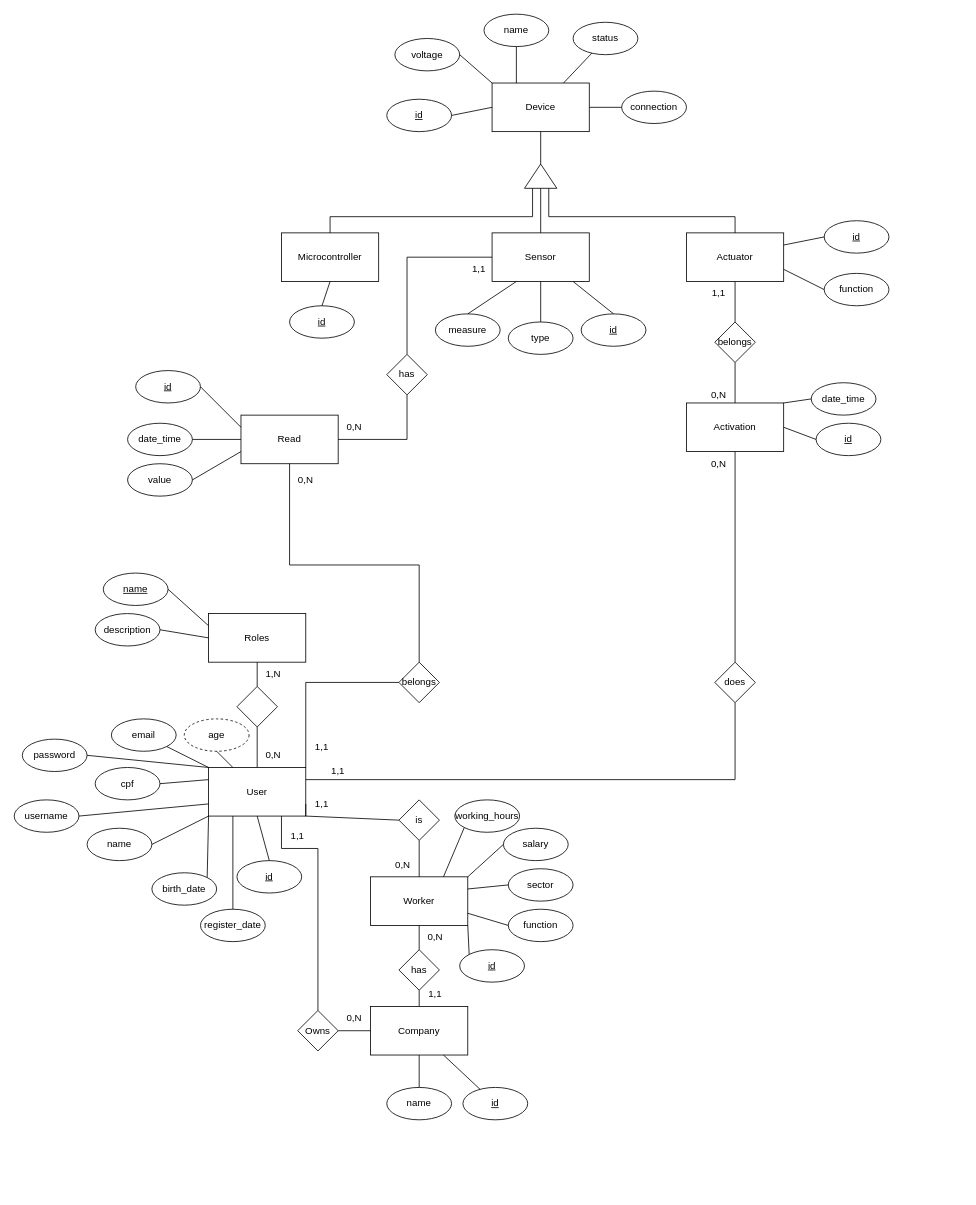
Above: ModelagemBD-MM.drawio in Mutznch/MarcosManagements (draw.io), before the change. Source tidied: cells renumbered, new cells numbered last; positions are measured from the earlier drawing's top-left corner, leaving out a move shared by most shapes. Both pictures are drawn from the tidied source at 81%, with x=0, y=0 at pixel (14, 14).
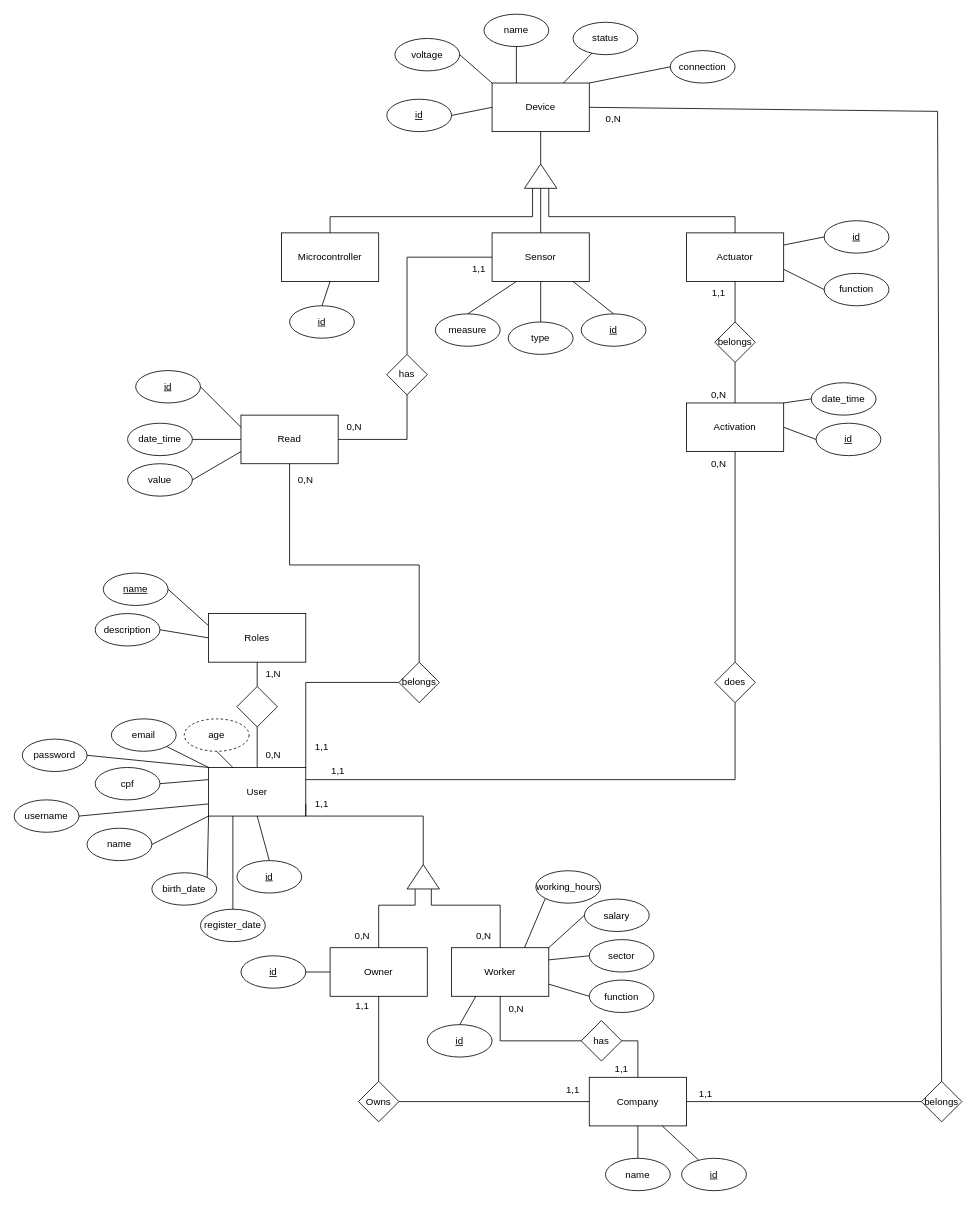
The same diagram, later.

The change refers to these unchanged cells:
```xml
<mxCell id="2" value="User" style="rounded=0;whiteSpace=wrap;html=1;" parent="1" vertex="1">
  <mxGeometry x="240" y="930" width="120" height="60" as="geometry" />
</mxCell>
<mxCell id="57" value="Device" style="rounded=0;whiteSpace=wrap;html=1;" parent="1" vertex="1">
  <mxGeometry x="590" y="85" width="120" height="60" as="geometry" />
</mxCell>
```

Change to the diagram source:
```diff
@@
     <mxCell id="4" value="Company" style="rounded=0;whiteSpace=wrap;html=1;" parent="1" vertex="1">
-      <mxGeometry x="440" y="1225" width="120" height="60" as="geometry" />
+      <mxGeometry x="710" y="1312.5" width="120" height="60" as="geometry" />
     </mxCell>
@@
     <mxCell id="12" value="name" style="ellipse;whiteSpace=wrap;html=1;" parent="1" vertex="1">
-      <mxGeometry x="460" y="1325" width="80" height="40" as="geometry" />
+      <mxGeometry x="730" y="1412.5" width="80" height="40" as="geometry" />
     </mxCell>
@@
     <mxCell id="28" value="Worker" style="rounded=0;whiteSpace=wrap;html=1;" parent="1" vertex="1">
-      <mxGeometry x="440" y="1065" width="120" height="60" as="geometry" />
+      <mxGeometry x="540" y="1152.5" width="120" height="60" as="geometry" />
     </mxCell>
@@
     <mxCell id="33" value="function" style="ellipse;whiteSpace=wrap;html=1;" parent="1" vertex="1">
-      <mxGeometry x="610" y="1105" width="80" height="40" as="geometry" />
+      <mxGeometry x="710" y="1192.5" width="80" height="40" as="geometry" />
     </mxCell>
     <mxCell id="34" value="sector" style="ellipse;whiteSpace=wrap;html=1;" parent="1" vertex="1">
-      <mxGeometry x="610" y="1055" width="80" height="40" as="geometry" />
+      <mxGeometry x="710" y="1142.5" width="80" height="40" as="geometry" />
     </mxCell>
     <mxCell id="35" value="working_hours" style="ellipse;whiteSpace=wrap;html=1;" parent="1" vertex="1">
-      <mxGeometry x="544" y="970" width="80" height="40" as="geometry" />
+      <mxGeometry x="644" y="1057.5" width="80" height="40" as="geometry" />
     </mxCell>
@@
     <mxCell id="38" value="&lt;u&gt;id&lt;/u&gt;" style="ellipse;whiteSpace=wrap;html=1;" parent="1" vertex="1">
-      <mxGeometry x="554" y="1325" width="80" height="40" as="geometry" />
+      <mxGeometry x="824" y="1412.5" width="80" height="40" as="geometry" />
     </mxCell>
@@
     <mxCell id="40" value="&lt;u&gt;id&lt;/u&gt;" style="ellipse;whiteSpace=wrap;html=1;" parent="1" vertex="1">
-      <mxGeometry x="550" y="1155" width="80" height="40" as="geometry" />
+      <mxGeometry x="510" y="1247.5" width="80" height="40" as="geometry" />
     </mxCell>
     <mxCell id="41" value="salary" style="ellipse;whiteSpace=wrap;html=1;" parent="1" vertex="1">
-      <mxGeometry x="604" y="1005" width="80" height="40" as="geometry" />
+      <mxGeometry x="704" y="1092.5" width="80" height="40" as="geometry" />
     </mxCell>
     <mxCell id="42" value="has" style="rhombus;whiteSpace=wrap;html=1;" parent="1" vertex="1">
-      <mxGeometry x="475" y="1155" width="50" height="50" as="geometry" />
+      <mxGeometry x="700" y="1242.5" width="50" height="50" as="geometry" />
     </mxCell>
-    <mxCell id="43" style="endArrow=none;html=1;rounded=0;entryX=0.5;entryY=1;entryDx=0;entryDy=0;exitX=0.5;exitY=0;exitDx=0;exitDy=0;" parent="1" edge="1" source="42" target="28">
-      <mxGeometry relative="1" as="geometry" />
+    <mxCell id="43" style="endArrow=none;html=1;rounded=0;entryX=0.5;entryY=1;entryDx=0;entryDy=0;exitX=0;exitY=0.5;exitDx=0;exitDy=0;" parent="1" edge="1" source="42" target="28">
+      <mxGeometry relative="1" as="geometry">
+        <Array as="points">
+          <mxPoint x="600" y="1267.5" />
+        </Array>
+      </mxGeometry>
     </mxCell>
-    <mxCell id="44" style="endArrow=none;html=1;rounded=0;exitX=0.5;exitY=0;exitDx=0;exitDy=0;entryX=0.5;entryY=1;entryDx=0;entryDy=0;" parent="1" edge="1" source="4" target="42">
-      <mxGeometry relative="1" as="geometry" />
+    <mxCell id="44" style="endArrow=none;html=1;rounded=0;exitX=0.5;exitY=0;exitDx=0;exitDy=0;entryX=1;entryY=0.5;entryDx=0;entryDy=0;" parent="1" edge="1" source="4" target="42">
+      <mxGeometry relative="1" as="geometry">
+        <Array as="points">
+          <mxPoint x="770" y="1267.5" />
+        </Array>
+      </mxGeometry>
     </mxCell>
     <mxCell id="45" value="0,N" style="text;html=1;strokeColor=none;fillColor=none;align=center;verticalAlign=middle;whiteSpace=wrap;rounded=0;" parent="1" vertex="1">
-      <mxGeometry x="490" y="1125" width="60" height="30" as="geometry" />
+      <mxGeometry x="590" y="1212.5" width="60" height="30" as="geometry" />
     </mxCell>
     <mxCell id="46" value="1,1" style="text;html=1;strokeColor=none;fillColor=none;align=center;verticalAlign=middle;whiteSpace=wrap;rounded=0;" parent="1" vertex="1">
-      <mxGeometry x="490" y="1195" width="60" height="30" as="geometry" />
+      <mxGeometry x="720" y="1287.5" width="60" height="30" as="geometry" />
     </mxCell>
-    <mxCell id="47" value="is" style="rhombus;whiteSpace=wrap;html=1;" parent="1" vertex="1">
-      <mxGeometry x="475" y="970" width="50" height="50" as="geometry" />
-    </mxCell>
-    <mxCell id="48" style="endArrow=none;html=1;rounded=0;exitX=1;exitY=0.75;exitDx=0;exitDy=0;entryX=0;entryY=0.5;entryDx=0;entryDy=0;" parent="1" edge="1" source="2" target="47">
+    <mxCell id="48" style="endArrow=none;html=1;rounded=0;exitX=1;exitY=0.75;exitDx=0;exitDy=0;entryX=1;entryY=0.5;entryDx=0;entryDy=0;" parent="1" edge="1" source="2" target="131">
       <mxGeometry relative="1" as="geometry">
         <Array as="points">
           <mxPoint x="360" y="990" />
+          <mxPoint x="505" y="990" />
         </Array>
       </mxGeometry>
     </mxCell>
-    <mxCell id="49" style="endArrow=none;html=1;rounded=0;exitX=0.5;exitY=0;exitDx=0;exitDy=0;entryX=0.5;entryY=1;entryDx=0;entryDy=0;" parent="1" edge="1" source="28" target="47">
-      <mxGeometry relative="1" as="geometry" />
+    <mxCell id="49" style="endArrow=none;html=1;rounded=0;exitX=0.5;exitY=0;exitDx=0;exitDy=0;entryX=0;entryY=0.75;entryDx=0;entryDy=0;" parent="1" edge="1" source="28" target="131">
+      <mxGeometry relative="1" as="geometry">
+        <Array as="points">
+          <mxPoint x="600" y="1100" />
+          <mxPoint x="515" y="1100" />
+        </Array>
+      </mxGeometry>
     </mxCell>
@@
-    <mxCell id="51" style="endArrow=none;html=1;rounded=0;entryX=1;entryY=1;entryDx=0;entryDy=0;exitX=0;exitY=0;exitDx=0;exitDy=0;" parent="1" edge="1" source="40" target="28">
+    <mxCell id="51" style="endArrow=none;html=1;rounded=0;entryX=0.25;entryY=1;entryDx=0;entryDy=0;exitX=0.5;exitY=0;exitDx=0;exitDy=0;" parent="1" edge="1" source="40" target="28">
       <mxGeometry relative="1" as="geometry" />
     </mxCell>
@@
     <mxCell id="56" value="0,N" style="text;html=1;strokeColor=none;fillColor=none;align=center;verticalAlign=middle;whiteSpace=wrap;rounded=0;" parent="1" vertex="1">
-      <mxGeometry x="450" y="1035" width="60" height="30" as="geometry" />
+      <mxGeometry x="550" y="1122.5" width="60" height="30" as="geometry" />
     </mxCell>
@@
     <mxCell id="62" value="connection" style="ellipse;whiteSpace=wrap;html=1;" parent="1" vertex="1">
-      <mxGeometry x="750" y="95" width="80" height="40" as="geometry" />
+      <mxGeometry x="810" y="45" width="80" height="40" as="geometry" />
     </mxCell>
@@
-    <mxCell id="82" style="endArrow=none;html=1;rounded=0;entryX=0;entryY=0.5;entryDx=0;entryDy=0;exitX=1;exitY=0.5;exitDx=0;exitDy=0;" parent="1" edge="1" source="57" target="62">
+    <mxCell id="82" style="endArrow=none;html=1;rounded=0;entryX=0;entryY=0.5;entryDx=0;entryDy=0;exitX=1;exitY=0;exitDx=0;exitDy=0;" parent="1" edge="1" source="57" target="62">
       <mxGeometry relative="1" as="geometry" />
     </mxCell>
@@
     <mxCell id="118" value="Owns" style="rhombus;whiteSpace=wrap;html=1;" parent="1" vertex="1">
-      <mxGeometry x="350" y="1230" width="50" height="50" as="geometry" />
+      <mxGeometry x="425" y="1317.5" width="50" height="50" as="geometry" />
     </mxCell>
-    <mxCell id="119" style="endArrow=none;html=1;rounded=0;entryX=0.75;entryY=1;entryDx=0;entryDy=0;exitX=0.5;exitY=0;exitDx=0;exitDy=0;" parent="1" edge="1" source="118" target="2">
-      <mxGeometry relative="1" as="geometry">
-        <Array as="points">
-          <mxPoint x="375" y="1030" />
-          <mxPoint x="330" y="1030" />
-        </Array>
-      </mxGeometry>
-    </mxCell>
@@
-    <mxCell id="121" value="1,1" style="text;html=1;strokeColor=none;fillColor=none;align=center;verticalAlign=middle;whiteSpace=wrap;rounded=0;" parent="1" vertex="1">
-      <mxGeometry x="320" y="1000" width="60" height="30" as="geometry" />
+    <mxCell id="121" value="0,N" style="text;html=1;strokeColor=none;fillColor=none;align=center;verticalAlign=middle;whiteSpace=wrap;rounded=0;" parent="1" vertex="1">
+      <mxGeometry x="400" y="1122.5" width="60" height="30" as="geometry" />
     </mxCell>
-    <mxCell id="122" value="0,N" style="text;html=1;strokeColor=none;fillColor=none;align=center;verticalAlign=middle;whiteSpace=wrap;rounded=0;" parent="1" vertex="1">
-      <mxGeometry x="390" y="1224" width="60" height="30" as="geometry" />
+    <mxCell id="122" value="1,1" style="text;html=1;strokeColor=none;fillColor=none;align=center;verticalAlign=middle;whiteSpace=wrap;rounded=0;" parent="1" vertex="1">
+      <mxGeometry x="660" y="1312.5" width="60" height="30" as="geometry" />
     </mxCell>
@@
+    <mxCell id="125" style="endArrow=none;html=1;rounded=0;entryX=1;entryY=0.5;entryDx=0;entryDy=0;exitX=0.5;exitY=0;exitDx=0;exitDy=0;" parent="1" edge="1" source="126" target="57">
+      <mxGeometry relative="1" as="geometry">
+        <Array as="points">
+          <mxPoint x="1140" y="120" />
+        </Array>
+      </mxGeometry>
+    </mxCell>
+    <mxCell id="126" value="belongs" style="rhombus;whiteSpace=wrap;html=1;" parent="1" vertex="1">
+      <mxGeometry x="1120" y="1317.5" width="50" height="50" as="geometry" />
+    </mxCell>
+    <mxCell id="127" style="endArrow=none;html=1;rounded=0;exitX=1;exitY=0.5;exitDx=0;exitDy=0;entryX=0;entryY=0.5;entryDx=0;entryDy=0;" parent="1" edge="1" source="4" target="126">
+      <mxGeometry relative="1" as="geometry" />
+    </mxCell>
+    <mxCell id="128" value="1,1" style="text;html=1;strokeColor=none;fillColor=none;align=center;verticalAlign=middle;whiteSpace=wrap;rounded=0;" parent="1" vertex="1">
+      <mxGeometry x="824" y="1317.5" width="60" height="30" as="geometry" />
+    </mxCell>
+    <mxCell id="129" value="0,N" style="text;html=1;strokeColor=none;fillColor=none;align=center;verticalAlign=middle;whiteSpace=wrap;rounded=0;" parent="1" vertex="1">
+      <mxGeometry x="710" y="115" width="60" height="30" as="geometry" />
+    </mxCell>
+    <mxCell id="130" value="Owner" style="rounded=0;whiteSpace=wrap;html=1;" parent="1" vertex="1">
+      <mxGeometry x="390" y="1152.5" width="120" height="60" as="geometry" />
+    </mxCell>
+    <mxCell id="131" style="triangle;whiteSpace=wrap;html=1;rotation=-90;" parent="1" vertex="1">
+      <mxGeometry x="490" y="1045" width="30" height="40" as="geometry" />
+    </mxCell>
+    <mxCell id="132" style="endArrow=none;html=1;rounded=0;entryX=0.5;entryY=1;entryDx=0;entryDy=0;exitX=0.5;exitY=0;exitDx=0;exitDy=0;" parent="1" edge="1" source="118" target="130">
+      <mxGeometry relative="1" as="geometry" />
+    </mxCell>
+    <mxCell id="133" value="&lt;u&gt;id&lt;/u&gt;" style="ellipse;whiteSpace=wrap;html=1;" parent="1" vertex="1">
+      <mxGeometry x="280" y="1162.5" width="80" height="40" as="geometry" />
+    </mxCell>
+    <mxCell id="134" style="endArrow=none;html=1;rounded=0;entryX=1;entryY=0.5;entryDx=0;entryDy=0;exitX=0;exitY=0.5;exitDx=0;exitDy=0;" parent="1" edge="1" source="130" target="133">
+      <mxGeometry relative="1" as="geometry" />
+    </mxCell>
+    <mxCell id="135" style="endArrow=none;html=1;rounded=0;exitX=0.5;exitY=0;exitDx=0;exitDy=0;entryX=0;entryY=0.25;entryDx=0;entryDy=0;" parent="1" edge="1" source="130" target="131">
+      <mxGeometry relative="1" as="geometry">
+        <Array as="points">
+          <mxPoint x="450" y="1100" />
+          <mxPoint x="495" y="1100" />
+        </Array>
+      </mxGeometry>
+    </mxCell>
+    <mxCell id="136" value="1,1" style="text;html=1;strokeColor=none;fillColor=none;align=center;verticalAlign=middle;whiteSpace=wrap;rounded=0;" parent="1" vertex="1">
+      <mxGeometry x="400" y="1210" width="60" height="30" as="geometry" />
+    </mxCell>
```
